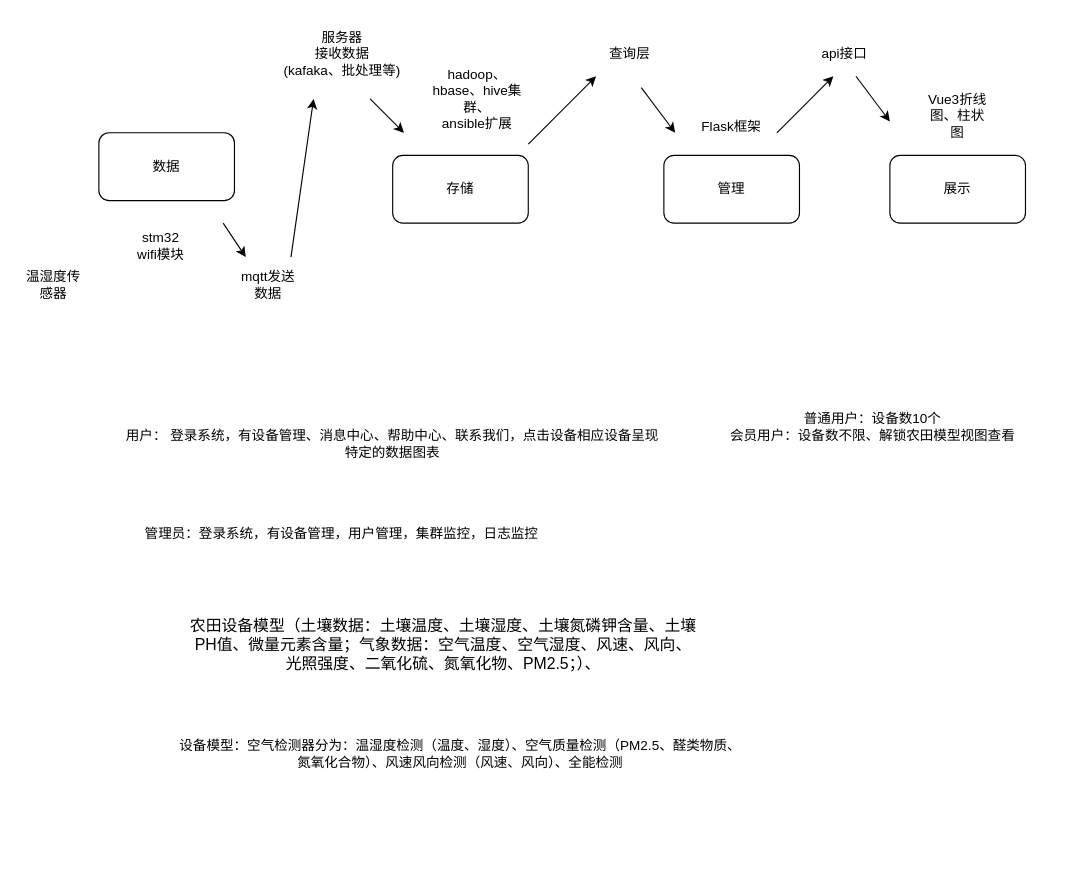
Above: NexusScale.drawio in HarmmerRay/NexusScale-Manage (draw.io), before the change. Source tidied: cells renumbered, new cells numbered last; positions are measured from the earlier drawing's top-left corner, leaving out a move shared by most shapes. Both pictures are drawn from the tidied source at 113%, with x=0, y=0 at pixel (19, 19).
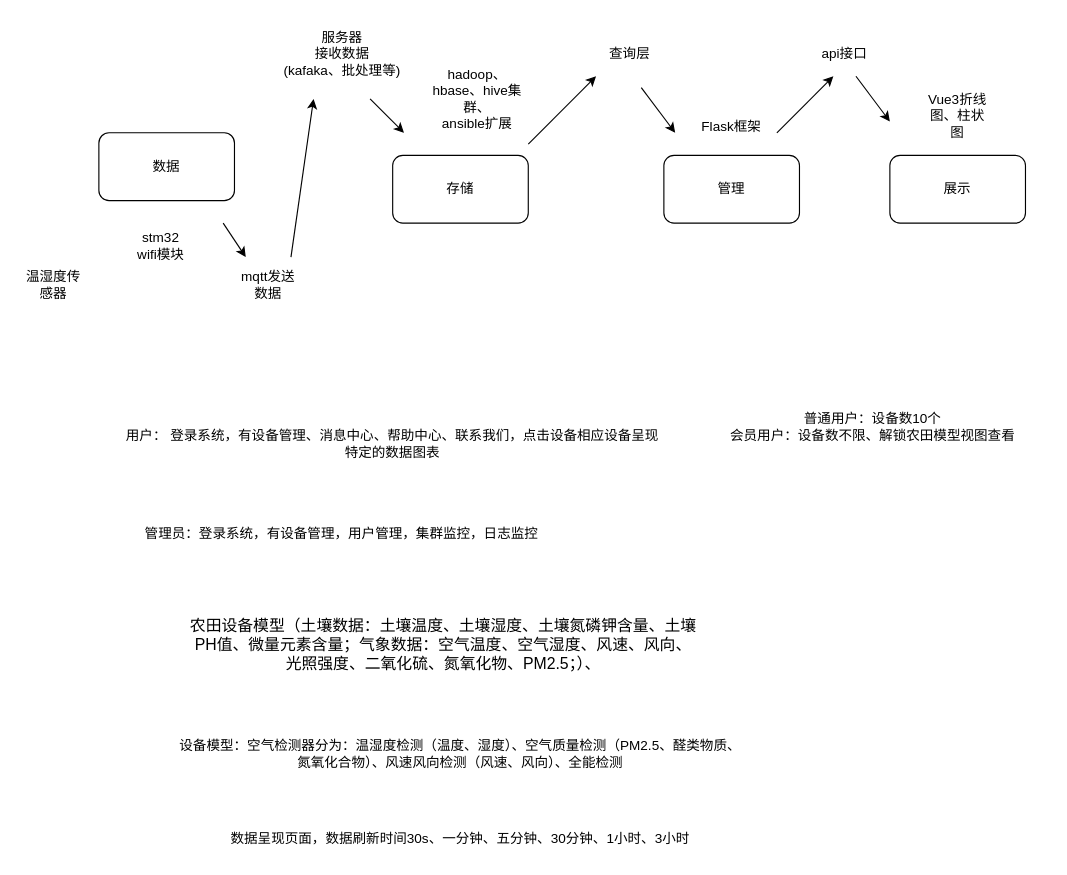
The same page after the edit.

What changed in the source:
```diff
@@
+    <mxCell id="27" value="数据呈现页面，数据刷新时间30s、一分钟、五分钟、30分钟、1小时、3小时" style="text;html=1;align=center;verticalAlign=middle;whiteSpace=wrap;rounded=0;" parent="1" vertex="1">
+      <mxGeometry x="140" y="710" width="500" height="30" as="geometry" />
+    </mxCell>
```
